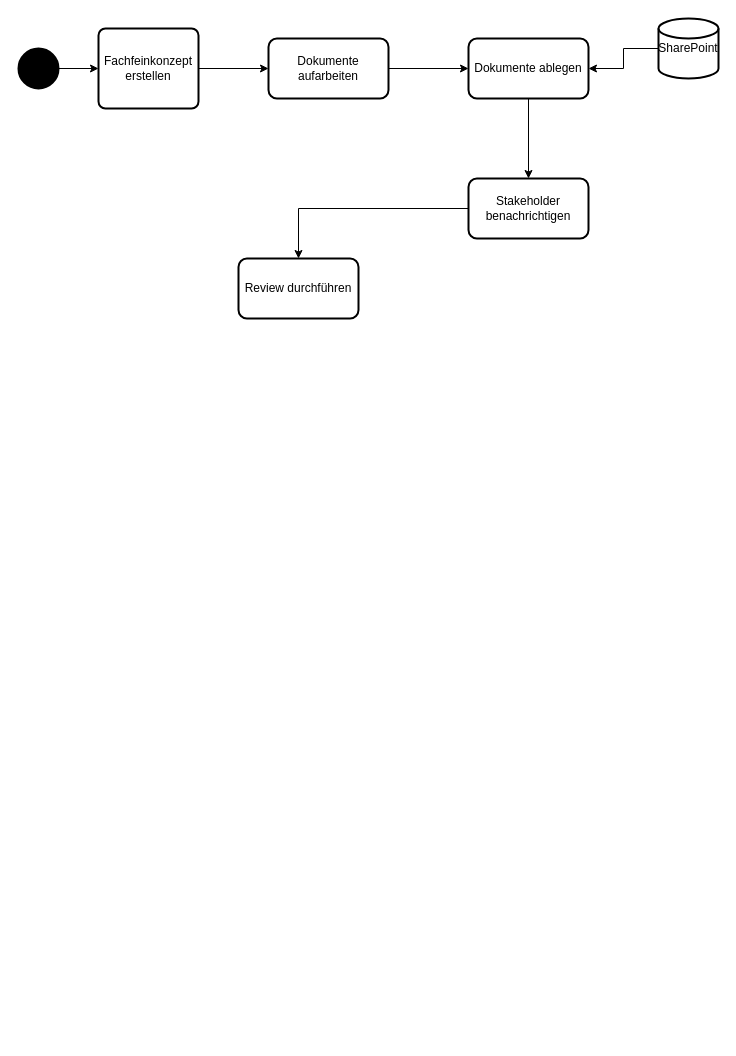
The draw.io diagram ü3.drawio in dhefel2s/Hbrs, before the edit. Source tidied: cells renumbered, new cells numbered last; positions are measured from the earlier drawing's top-left corner, leaving out a move shared by most shapes. Both pictures are drawn from the tidied source at 100%, with x=0, y=0 at pixel (18, 18).
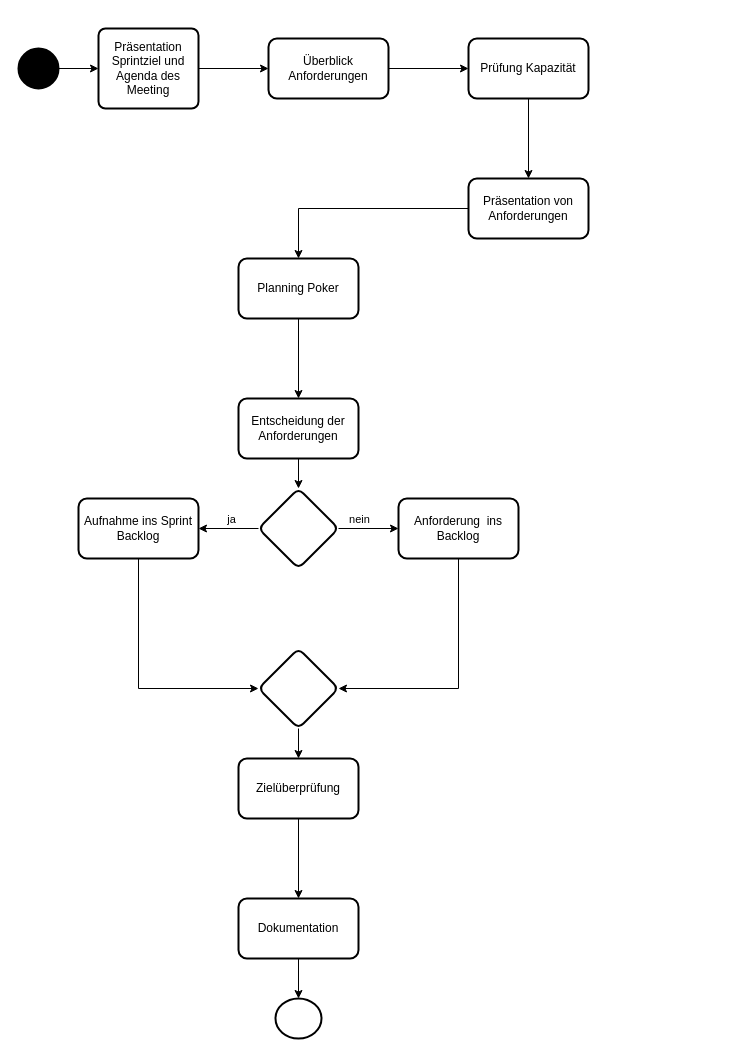
After the change.

Diff of the diagram source:
```diff
@@
-    <mxCell id="5" value="Fachfeinkonzept erstellen" style="rounded=1;whiteSpace=wrap;html=1;absoluteArcSize=1;arcSize=14;strokeWidth=2;" parent="1" vertex="1">
+    <mxCell id="5" value="Präsentation Sprintziel und Agenda des Meeting" style="rounded=1;whiteSpace=wrap;html=1;absoluteArcSize=1;arcSize=14;strokeWidth=2;" parent="1" vertex="1">
       <mxGeometry x="80" y="10" width="100" height="80" as="geometry" />
     </mxCell>
@@
-    <mxCell id="7" value="Dokumente aufarbeiten" style="whiteSpace=wrap;html=1;rounded=1;arcSize=14;strokeWidth=2;" parent="1" vertex="1">
+    <mxCell id="7" value="Überblick Anforderungen" style="whiteSpace=wrap;html=1;rounded=1;arcSize=14;strokeWidth=2;" parent="1" vertex="1">
       <mxGeometry x="250" y="20" width="120" height="60" as="geometry" />
     </mxCell>
@@
-    <mxCell id="10" value="Dokumente ablegen" style="whiteSpace=wrap;html=1;rounded=1;arcSize=14;strokeWidth=2;" parent="1" vertex="1">
+    <mxCell id="10" value="Prüfung Kapazität" style="whiteSpace=wrap;html=1;rounded=1;arcSize=14;strokeWidth=2;" parent="1" vertex="1">
       <mxGeometry x="450" y="20" width="120" height="60" as="geometry" />
     </mxCell>
-    <mxCell id="11" style="edgeStyle=orthogonalEdgeStyle;rounded=0;jettySize=auto;html=1;" parent="1" edge="1" source="12" target="10">
-      <mxGeometry relative="1" as="geometry" />
-    </mxCell>
-    <mxCell id="12" value="SharePoint" style="strokeWidth=2;html=1;shape=mxgraph.flowchart.database;whiteSpace=wrap;" parent="1" vertex="1">
-      <mxGeometry x="640" width="60" height="60" as="geometry" />
-    </mxCell>
@@
-    <mxCell id="14" value="Stakeholder benachrichtigen" style="whiteSpace=wrap;html=1;rounded=1;arcSize=14;strokeWidth=2;" parent="1" vertex="1">
+    <mxCell id="14" value="Präsentation von Anforderungen" style="whiteSpace=wrap;html=1;rounded=1;arcSize=14;strokeWidth=2;" parent="1" vertex="1">
       <mxGeometry x="450" y="160" width="120" height="60" as="geometry" />
     </mxCell>
+    <mxCell id="16" style="edgeStyle=orthogonalEdgeStyle;rounded=0;jettySize=auto;html=1;" parent="1" edge="1" source="15" target="18">
+      <mxGeometry relative="1" as="geometry" />
+    </mxCell>
-    <mxCell id="15" value="Review durchführen" style="whiteSpace=wrap;html=1;rounded=1;arcSize=14;strokeWidth=2;" parent="1" vertex="1">
+    <mxCell id="15" value="Planning Poker" style="whiteSpace=wrap;html=1;rounded=1;arcSize=14;strokeWidth=2;" parent="1" vertex="1">
       <mxGeometry x="220" y="240" width="120" height="60" as="geometry" />
     </mxCell>
+    <mxCell id="17" style="edgeStyle=orthogonalEdgeStyle;rounded=0;jettySize=auto;html=1;" parent="1" edge="1" source="18" target="23">
+      <mxGeometry relative="1" as="geometry" />
+    </mxCell>
+    <mxCell id="18" value="Entscheidung der Anforderungen" style="whiteSpace=wrap;html=1;rounded=1;arcSize=14;strokeWidth=2;" parent="1" vertex="1">
+      <mxGeometry x="220" y="380" width="120" height="60" as="geometry" />
+    </mxCell>
+    <mxCell id="19" style="edgeStyle=orthogonalEdgeStyle;rounded=0;jettySize=auto;html=1;" parent="1" edge="1" source="23" target="25">
+      <mxGeometry relative="1" as="geometry" />
+    </mxCell>
+    <mxCell id="20" value="ja" style="edgeLabel;html=1;align=center;verticalAlign=middle;" parent="19" vertex="1">
+      <mxGeometry x="-0.07" relative="1" as="geometry">
+        <mxPoint y="-10" as="offset" />
+      </mxGeometry>
+    </mxCell>
+    <mxCell id="21" style="edgeStyle=orthogonalEdgeStyle;rounded=0;jettySize=auto;html=1;" parent="1" edge="1" source="23" target="27">
+      <mxGeometry relative="1" as="geometry" />
+    </mxCell>
+    <mxCell id="22" value="nein" style="edgeLabel;html=1;align=center;verticalAlign=middle;" parent="21" vertex="1">
+      <mxGeometry x="-0.2" y="-1" relative="1" as="geometry">
+        <mxPoint x="-4" y="-11" as="offset" />
+      </mxGeometry>
+    </mxCell>
+    <mxCell id="23" style="rhombus;whiteSpace=wrap;html=1;rounded=1;arcSize=14;strokeWidth=2;" parent="1" vertex="1">
+      <mxGeometry x="240" y="470" width="80" height="80" as="geometry" />
+    </mxCell>
+    <mxCell id="24" style="edgeStyle=orthogonalEdgeStyle;rounded=0;jettySize=auto;html=1;" parent="1" edge="1" source="25" target="29">
+      <mxGeometry relative="1" as="geometry">
+        <Array as="points">
+          <mxPoint x="120" y="670" />
+        </Array>
+      </mxGeometry>
+    </mxCell>
+    <mxCell id="25" value="Aufnahme ins Sprint Backlog" style="whiteSpace=wrap;html=1;rounded=1;arcSize=14;strokeWidth=2;" parent="1" vertex="1">
+      <mxGeometry x="60" y="480" width="120" height="60" as="geometry" />
+    </mxCell>
+    <mxCell id="26" style="edgeStyle=orthogonalEdgeStyle;rounded=0;jettySize=auto;html=1;entryX=1;entryY=0.5;entryDx=0;entryDy=0;" parent="1" edge="1" source="27" target="29">
+      <mxGeometry relative="1" as="geometry">
+        <Array as="points">
+          <mxPoint x="440" y="670" />
+        </Array>
+      </mxGeometry>
+    </mxCell>
+    <mxCell id="27" value="Anforderung &amp;nbsp;ins Backlog" style="whiteSpace=wrap;html=1;rounded=1;arcSize=14;strokeWidth=2;" parent="1" vertex="1">
+      <mxGeometry x="380" y="480" width="120" height="60" as="geometry" />
+    </mxCell>
+    <mxCell id="28" style="edgeStyle=orthogonalEdgeStyle;rounded=0;jettySize=auto;html=1;" parent="1" edge="1" source="29" target="31">
+      <mxGeometry relative="1" as="geometry" />
+    </mxCell>
+    <mxCell id="29" style="rhombus;whiteSpace=wrap;html=1;rounded=1;arcSize=14;strokeWidth=2;" parent="1" vertex="1">
+      <mxGeometry x="240" y="630" width="80" height="80" as="geometry" />
+    </mxCell>
+    <mxCell id="30" style="edgeStyle=orthogonalEdgeStyle;rounded=0;jettySize=auto;html=1;" parent="1" edge="1" source="31" target="33">
+      <mxGeometry relative="1" as="geometry" />
+    </mxCell>
+    <mxCell id="31" value="Zielüberprüfung" style="whiteSpace=wrap;html=1;rounded=1;arcSize=14;strokeWidth=2;" parent="1" vertex="1">
+      <mxGeometry x="220" y="740" width="120" height="60" as="geometry" />
+    </mxCell>
+    <mxCell id="32" style="edgeStyle=orthogonalEdgeStyle;rounded=0;jettySize=auto;html=1;" parent="1" edge="1" source="33" target="34">
+      <mxGeometry relative="1" as="geometry" />
+    </mxCell>
+    <mxCell id="33" value="Dokumentation" style="whiteSpace=wrap;html=1;rounded=1;arcSize=14;strokeWidth=2;" parent="1" vertex="1">
+      <mxGeometry x="220" y="880" width="120" height="60" as="geometry" />
+    </mxCell>
+    <mxCell id="34" style="ellipse;whiteSpace=wrap;html=1;rounded=1;arcSize=14;strokeWidth=2;" parent="1" vertex="1">
+      <mxGeometry x="257" y="980" width="46" height="40" as="geometry" />
+    </mxCell>
```
